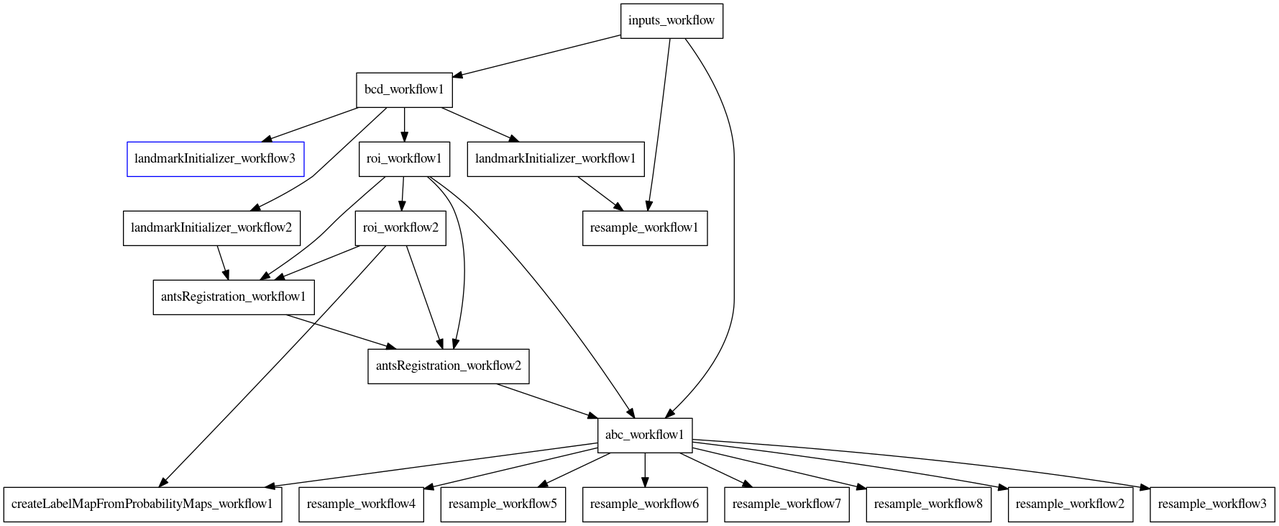
Earlier version of the Graphviz export graphs_argon/processing_simple.png (BRAINSia/BRAINSPydra). Its source is kept beside it as graphs_argon/processing_simple.dot.
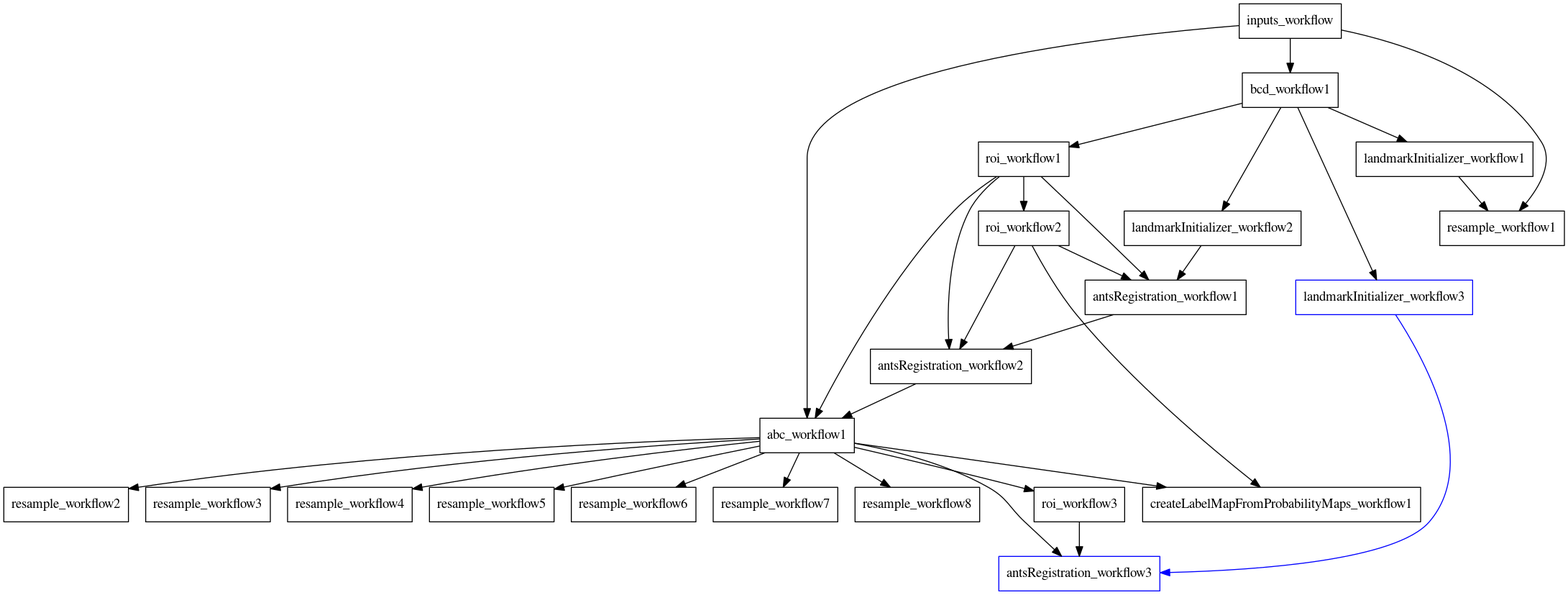
The same diagram one commit later.

Diff of the diagram source:
```diff
@@ -18,6 +18,8 @@
 resample_workflow8 [shape=box]
 createLabelMapFromProbabilityMaps_workflow1 [shape=box]
 landmarkInitializer_workflow3 [shape=box, color=blue]
+roi_workflow3 [shape=box]
+antsRegistration_workflow3 [shape=box, color=blue]
 inputs_workflow -> bcd_workflow1
 bcd_workflow1 -> roi_workflow1
 bcd_workflow1 -> landmarkInitializer_workflow1
@@ -44,4 +46,8 @@
 abc_workflow1 -> createLabelMapFromProbabilityMaps_workflow1
 roi_workflow2 -> createLabelMapFromProbabilityMaps_workflow1
 bcd_workflow1 -> landmarkInitializer_workflow3
+abc_workflow1 -> roi_workflow3
+abc_workflow1 -> antsRegistration_workflow3
+roi_workflow3 -> antsRegistration_workflow3
+landmarkInitializer_workflow3 -> antsRegistration_workflow3 [color=blue]
 }
```
